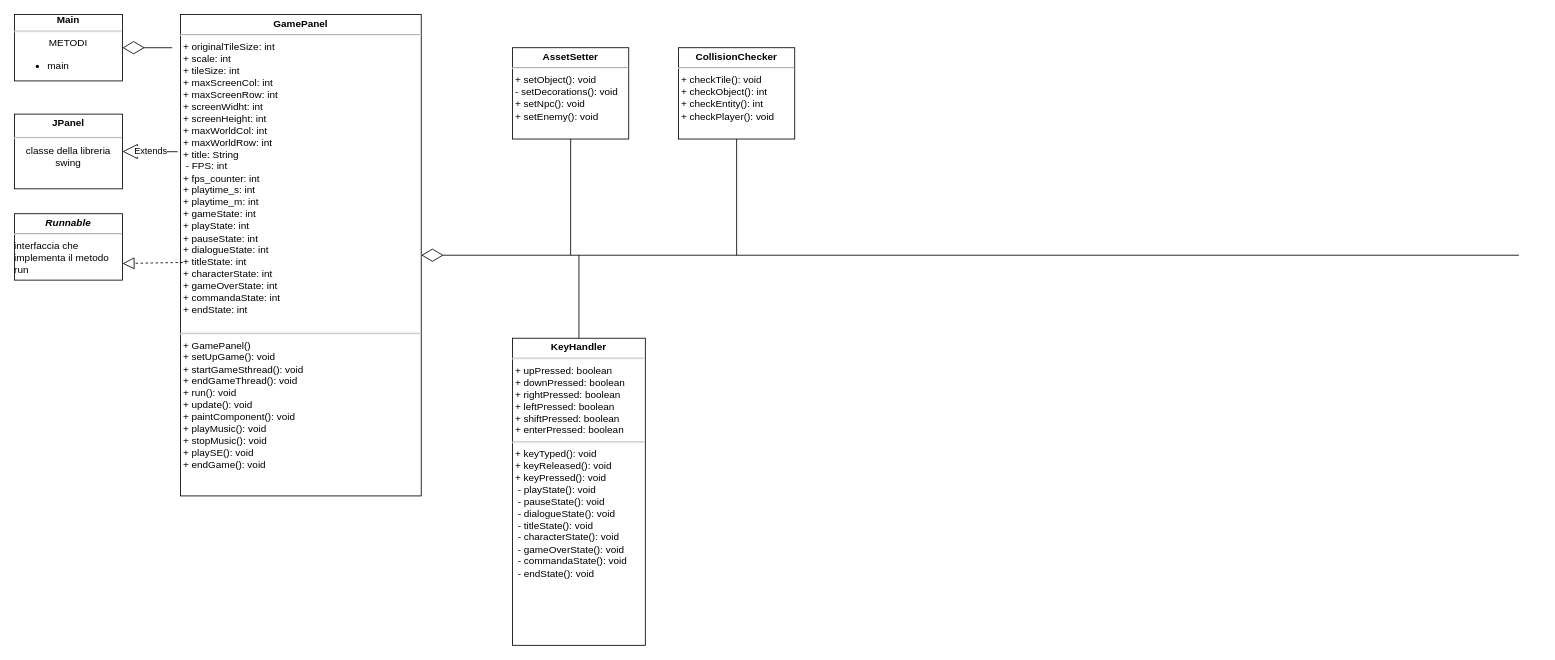
Before: UML/diagramma_classi.drawio in Tonello05/java_progetto_fine_anno, a draw.io diagram. Source tidied: cells renumbered, new cells numbered last; positions are measured from the earlier drawing's top-left corner, leaving out a move shared by most shapes. Both pictures are drawn from the tidied source at 83%, with x=0, y=0 at pixel (14, 14).
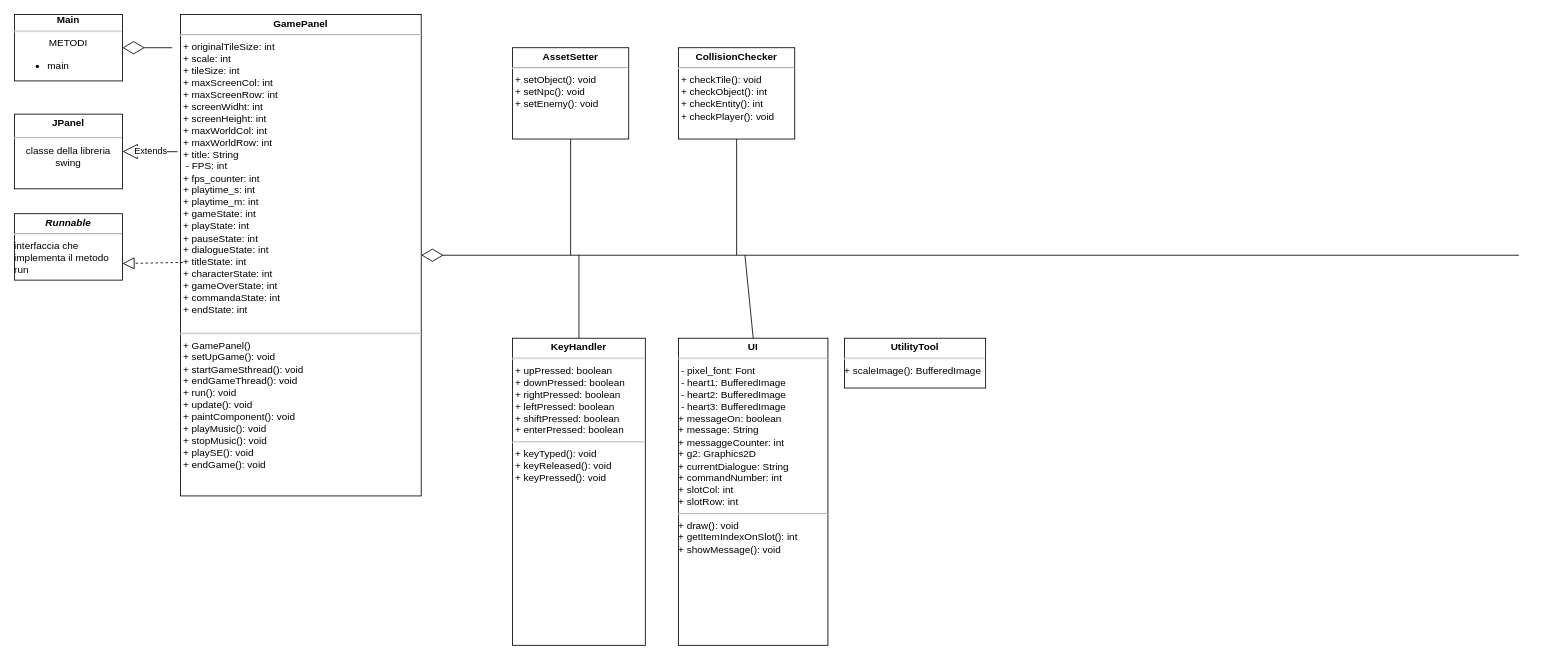
The same diagram, later.

What changed in the source:
```diff
@@
-    <mxCell id="10" value="&lt;p style=&quot;margin:0px;margin-top:4px;text-align:center;&quot;&gt;&lt;b&gt;AssetSetter&lt;/b&gt;&lt;/p&gt;&lt;hr&gt;&amp;nbsp;+ setObject(): void&lt;br&gt;&amp;nbsp;- setDecorations(): void&lt;br&gt;&amp;nbsp;+ setNpc(): void&lt;br&gt;&amp;nbsp;+ setEnemy(): void" style="verticalAlign=top;align=left;overflow=fill;fontSize=12;fontFamily=Helvetica;html=1;whiteSpace=wrap;" parent="1" vertex="1">
+    <mxCell id="10" value="&lt;p style=&quot;margin:0px;margin-top:4px;text-align:center;&quot;&gt;&lt;b&gt;AssetSetter&lt;/b&gt;&lt;/p&gt;&lt;hr&gt;&amp;nbsp;+ setObject(): void&lt;br&gt;&amp;nbsp;+ setNpc(): void&lt;br&gt;&amp;nbsp;+ setEnemy(): void" style="verticalAlign=top;align=left;overflow=fill;fontSize=12;fontFamily=Helvetica;html=1;whiteSpace=wrap;" parent="1" vertex="1">
       <mxGeometry x="600" y="40" width="140" height="110" as="geometry" />
     </mxCell>
@@
-    <mxCell id="14" value="&lt;p style=&quot;margin:0px;margin-top:4px;text-align:center;&quot;&gt;&lt;b&gt;KeyHandler&lt;/b&gt;&lt;/p&gt;&lt;hr&gt;&amp;nbsp;+ upPressed: boolean&lt;br&gt;&amp;nbsp;+ downPressed: boolean&lt;br&gt;&amp;nbsp;+ rightPressed: boolean&lt;br&gt;&amp;nbsp;+ leftPressed: boolean&lt;br&gt;&amp;nbsp;+ shiftPressed: boolean&lt;br&gt;&amp;nbsp;+ enterPressed: boolean&lt;hr&gt;&amp;nbsp;+ keyTyped(): void&lt;br&gt;&amp;nbsp;+ keyReleased(): void&lt;br&gt;&amp;nbsp;+ keyPressed(): void&lt;br&gt;&amp;nbsp; - playState(): void&lt;br&gt;&amp;nbsp; - pauseState(): void&lt;br&gt;&amp;nbsp; - dialogueState(): void&lt;br&gt;&amp;nbsp; - titleState(): void&lt;br&gt;&amp;nbsp; - characterState(): void&lt;br&gt;&amp;nbsp; - gameOverState(): void&lt;br&gt;&amp;nbsp; - commandaState(): void&lt;br&gt;&amp;nbsp; - endState(): void" style="verticalAlign=top;align=left;overflow=fill;fontSize=12;fontFamily=Helvetica;html=1;whiteSpace=wrap;" parent="1" vertex="1">
+    <mxCell id="14" value="&lt;p style=&quot;margin:0px;margin-top:4px;text-align:center;&quot;&gt;&lt;b&gt;KeyHandler&lt;/b&gt;&lt;/p&gt;&lt;hr&gt;&amp;nbsp;+ upPressed: boolean&lt;br&gt;&amp;nbsp;+ downPressed: boolean&lt;br&gt;&amp;nbsp;+ rightPressed: boolean&lt;br&gt;&amp;nbsp;+ leftPressed: boolean&lt;br&gt;&amp;nbsp;+ shiftPressed: boolean&lt;br&gt;&amp;nbsp;+ enterPressed: boolean&lt;hr&gt;&amp;nbsp;+ keyTyped(): void&lt;br&gt;&amp;nbsp;+ keyReleased(): void&lt;br&gt;&amp;nbsp;+ keyPressed(): void" style="verticalAlign=top;align=left;overflow=fill;fontSize=12;fontFamily=Helvetica;html=1;whiteSpace=wrap;" parent="1" vertex="1">
       <mxGeometry x="600" y="390" width="160" height="370" as="geometry" />
     </mxCell>
@@
+    <mxCell id="16" value="&lt;p style=&quot;margin:0px;margin-top:4px;text-align:center;&quot;&gt;&lt;b&gt;UI&lt;/b&gt;&lt;/p&gt;&lt;hr&gt;&amp;nbsp;- pixel_font: Font&lt;br&gt;&amp;nbsp;- heart1: BufferedImage&lt;br&gt;&amp;nbsp;- heart2: BufferedImage&lt;br&gt;&amp;nbsp;- heart3: BufferedImage&lt;br&gt;+ messageOn: boolean&lt;br&gt;+ message: String&lt;br&gt;+ messaggeCounter: int&lt;br&gt;+ g2: Graphics2D&lt;br&gt;+ currentDialogue: String&lt;br&gt;+ commandNumber: int&lt;br&gt;+ slotCol: int&lt;br&gt;+ slotRow: int&lt;hr&gt;+ draw(): void&lt;br&gt;+&amp;nbsp;getItemIndexOnSlot(): int&lt;br&gt;+&amp;nbsp;showMessage(): void&lt;br&gt;" style="verticalAlign=top;align=left;overflow=fill;fontSize=12;fontFamily=Helvetica;html=1;whiteSpace=wrap;" parent="1" vertex="1">
+      <mxGeometry x="800" y="390" width="180" height="370" as="geometry" />
+    </mxCell>
+    <mxCell id="17" style="endArrow=none;html=1;rounded=0;entryX=0.5;entryY=0;entryDx=0;entryDy=0;" parent="1" edge="1" target="16">
+      <mxGeometry relative="1" as="geometry">
+        <mxPoint x="880" y="290" as="sourcePoint" />
+      </mxGeometry>
+    </mxCell>
+    <mxCell id="18" value="&lt;p style=&quot;margin:0px;margin-top:4px;text-align:center;&quot;&gt;&lt;b&gt;UtilityTool&lt;/b&gt;&lt;/p&gt;&lt;hr&gt;+ scaleImage(): BufferedImage" style="verticalAlign=top;align=left;overflow=fill;fontSize=12;fontFamily=Helvetica;html=1;whiteSpace=wrap;" parent="1" vertex="1">
+      <mxGeometry x="1000" y="390" width="170" height="60" as="geometry" />
+    </mxCell>
```
